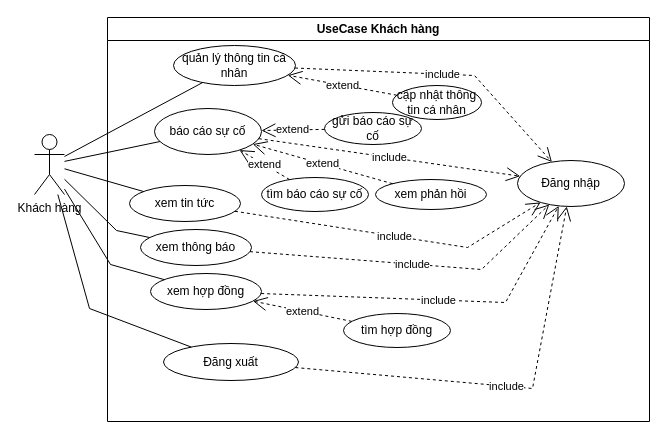
NguyenChienThangB1910143/QL_ChungCy keeps this draw.io diagram as LCTN/UCkhachhang.drawio. Above is the earlier version. Source tidied: cells renumbered, new cells numbered last; positions are measured from the earlier drawing's top-left corner, leaving out a move shared by most shapes. Both pictures are drawn from the tidied source at 100%, with x=0, y=0 at pixel (34, 17).
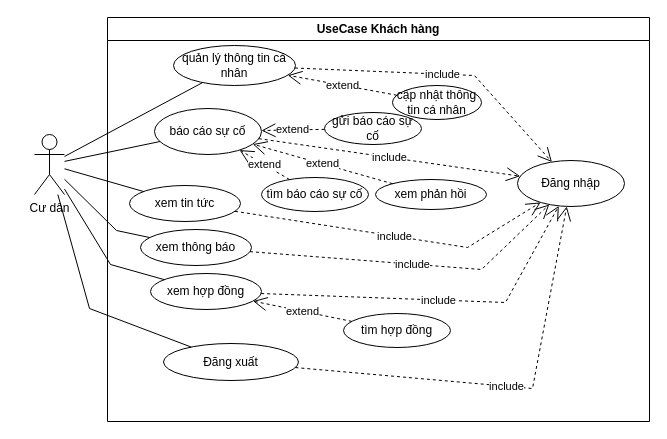
The same page after the edit.

What changed in the source:
```diff
@@
-    <mxCell id="26" value="Khách hàng" style="shape=umlActor;verticalLabelPosition=bottom;verticalAlign=top;html=1;" parent="1" vertex="1">
+    <mxCell id="26" value="Cư dân" style="shape=umlActor;verticalLabelPosition=bottom;verticalAlign=top;html=1;" parent="1" vertex="1">
       <mxGeometry y="117" width="30" height="60" as="geometry" />
     </mxCell>
```
